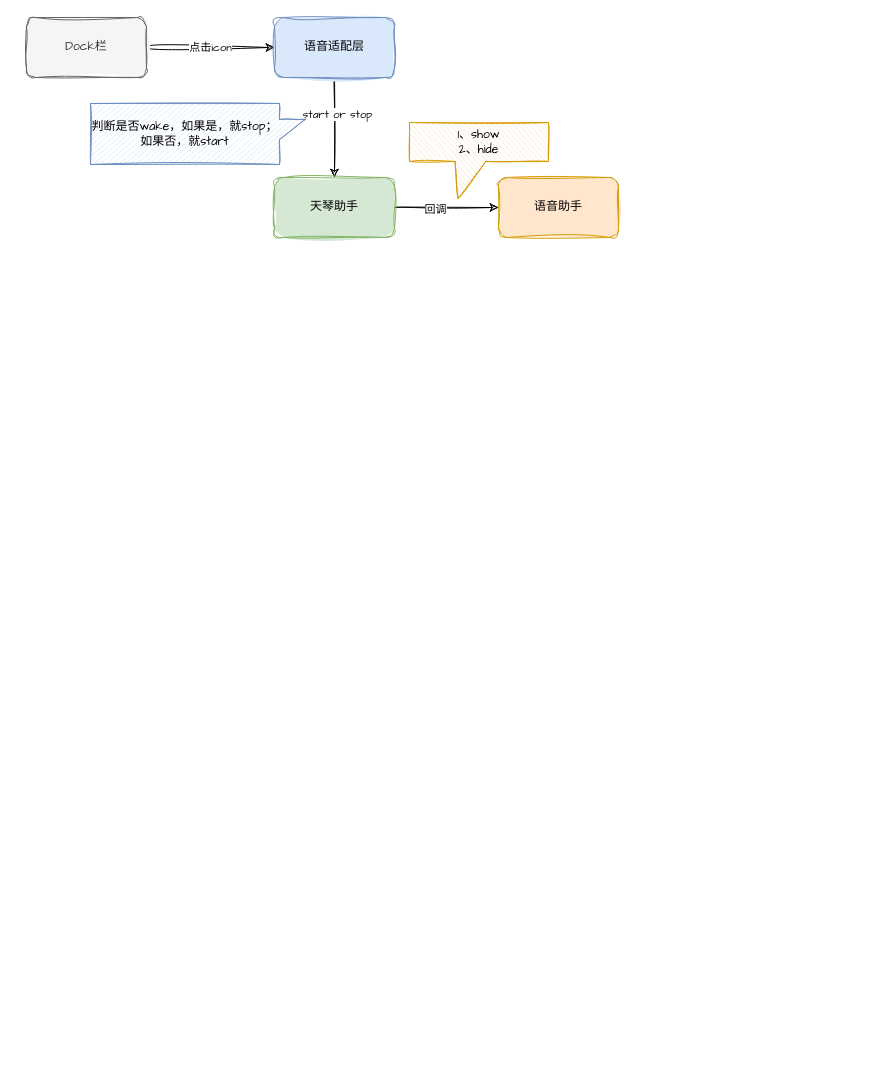
Earlier version of the draw.io diagram 点击Dock栏切换语音助手.drawio (TryLoveCatch/charts). Source tidied: cells renumbered, new cells numbered last; positions are measured from the earlier drawing's top-left corner, leaving out a move shared by most shapes. Both pictures are drawn from the tidied source at 100%, with x=0, y=0 at pixel (26, 17). Pictures stored in the file or linked from it are replaced by grey dashed boxes.
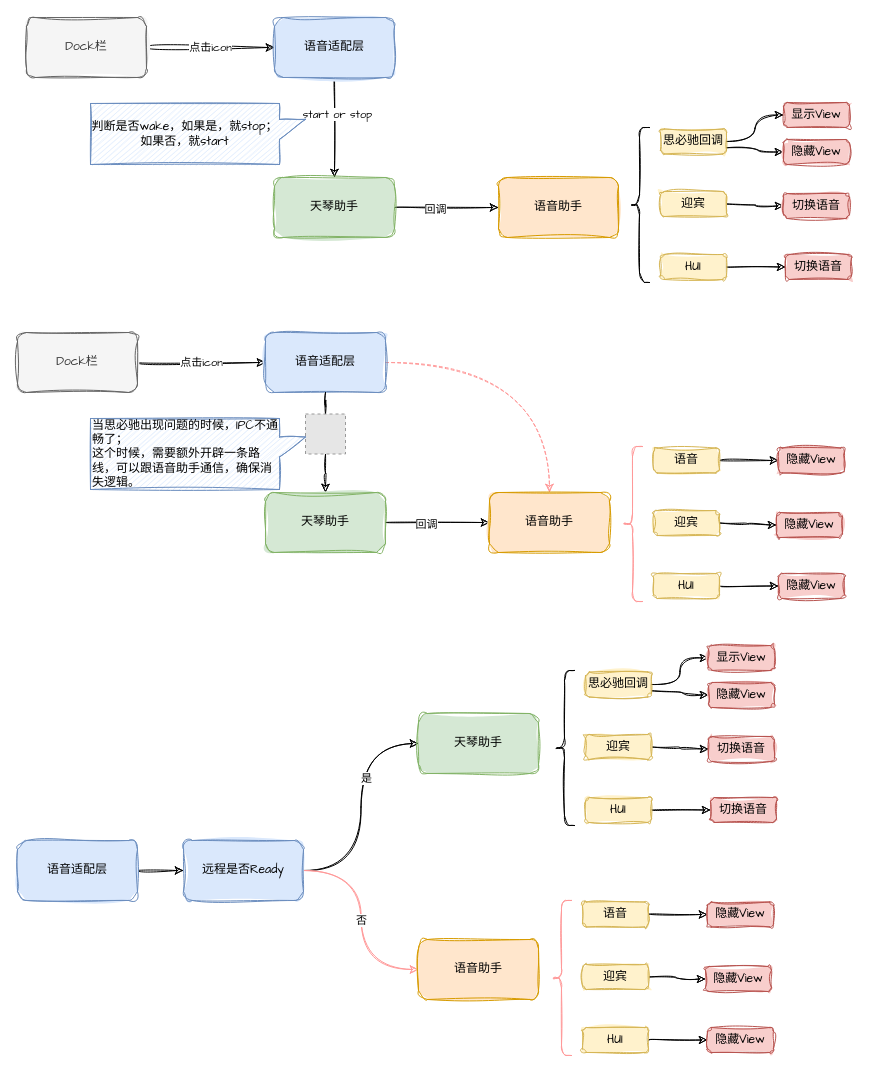
The same diagram, later.

Commit message (it also covers changes not shown here):
更新点击Dock栏切换语音助手.drawio

What changed in the source:
```diff
@@
-    <mxCell id="12" value="1、show&lt;br&gt;2、hide" style="shape=callout;whiteSpace=wrap;html=1;perimeter=calloutPerimeter;sketch=1;fillStyle=auto;fontFamily=Comic Sans MS;fillColor=#ffe6cc;strokeColor=#d79b00;direction=west;flipV=1;size=37;position=0.45;position2=0.65;base=31;" parent="1" vertex="1">
-      <mxGeometry x="383" y="105" width="139" height="76" as="geometry" />
-    </mxCell>
+    <mxCell id="13" style="shape=curlyBracket;whiteSpace=wrap;html=1;rounded=1;labelPosition=left;verticalLabelPosition=middle;align=right;verticalAlign=middle;sketch=1;fillStyle=auto;fontFamily=Comic Sans MS;" parent="1" vertex="1">
+      <mxGeometry x="603" y="110" width="20" height="155" as="geometry" />
+    </mxCell>
+    <mxCell id="14" style="edgeStyle=orthogonalEdgeStyle;curved=1;sketch=1;jettySize=auto;html=1;exitX=1;exitY=0.5;exitDx=0;exitDy=0;entryX=0;entryY=0.5;entryDx=0;entryDy=0;fontFamily=Comic Sans MS;" parent="1" edge="1" source="16" target="21">
+      <mxGeometry relative="1" as="geometry" />
+    </mxCell>
+    <mxCell id="15" style="edgeStyle=orthogonalEdgeStyle;curved=1;sketch=1;jettySize=auto;html=1;exitX=1;exitY=0.75;exitDx=0;exitDy=0;entryX=0;entryY=0.5;entryDx=0;entryDy=0;strokeColor=#000000;fontFamily=Comic Sans MS;" parent="1" edge="1" source="16" target="33">
+      <mxGeometry relative="1" as="geometry">
+        <Array as="points">
+          <mxPoint x="731" y="130" />
+          <mxPoint x="731" y="135" />
+        </Array>
+      </mxGeometry>
+    </mxCell>
+    <mxCell id="16" value="思必驰回调" style="rounded=1;whiteSpace=wrap;html=1;sketch=1;curveFitting=1;jiggle=2;fontFamily=Comic Sans MS;fillColor=#fff2cc;strokeColor=#d6b656;fillStyle=solid;" parent="1" vertex="1">
+      <mxGeometry x="634" y="111.5" width="66" height="25" as="geometry" />
+    </mxCell>
+    <mxCell id="17" style="edgeStyle=orthogonalEdgeStyle;curved=1;sketch=1;jettySize=auto;html=1;exitX=1;exitY=0.5;exitDx=0;exitDy=0;fontFamily=Comic Sans MS;" parent="1" edge="1" source="18" target="22">
+      <mxGeometry relative="1" as="geometry" />
+    </mxCell>
+    <mxCell id="18" value="迎宾" style="rounded=1;whiteSpace=wrap;html=1;sketch=1;curveFitting=1;jiggle=2;fontFamily=Comic Sans MS;fillColor=#fff2cc;strokeColor=#d6b656;fillStyle=solid;" parent="1" vertex="1">
+      <mxGeometry x="634" y="174" width="66" height="25" as="geometry" />
+    </mxCell>
+    <mxCell id="19" style="edgeStyle=orthogonalEdgeStyle;curved=1;sketch=1;jettySize=auto;html=1;exitX=1;exitY=0.5;exitDx=0;exitDy=0;entryX=0;entryY=0.5;entryDx=0;entryDy=0;fontFamily=Comic Sans MS;" parent="1" edge="1" source="20" target="23">
+      <mxGeometry relative="1" as="geometry" />
+    </mxCell>
+    <mxCell id="20" value="HUI" style="rounded=1;whiteSpace=wrap;html=1;sketch=1;curveFitting=1;jiggle=2;fontFamily=Comic Sans MS;fillColor=#fff2cc;strokeColor=#d6b656;fillStyle=solid;" parent="1" vertex="1">
+      <mxGeometry x="634" y="237" width="66" height="25" as="geometry" />
+    </mxCell>
+    <mxCell id="21" value="显示View" style="rounded=1;whiteSpace=wrap;html=1;sketch=1;curveFitting=1;jiggle=2;fontFamily=Comic Sans MS;fillColor=#f8cecc;strokeColor=#b85450;fillStyle=solid;" parent="1" vertex="1">
+      <mxGeometry x="757" y="85" width="66" height="25" as="geometry" />
+    </mxCell>
+    <mxCell id="22" value="切换语音" style="rounded=1;whiteSpace=wrap;html=1;sketch=1;curveFitting=1;jiggle=2;fontFamily=Comic Sans MS;fillColor=#f8cecc;strokeColor=#b85450;fillStyle=solid;" parent="1" vertex="1">
+      <mxGeometry x="757" y="176" width="66" height="25" as="geometry" />
+    </mxCell>
+    <mxCell id="23" value="切换语音" style="rounded=1;whiteSpace=wrap;html=1;sketch=1;curveFitting=1;jiggle=2;fontFamily=Comic Sans MS;fillColor=#f8cecc;strokeColor=#b85450;fillStyle=solid;" parent="1" vertex="1">
+      <mxGeometry x="759" y="237" width="66" height="25" as="geometry" />
+    </mxCell>
+    <mxCell id="24" value="点击icon" style="edgeStyle=orthogonalEdgeStyle;jettySize=auto;html=1;exitX=1;exitY=0.5;exitDx=0;exitDy=0;entryX=0;entryY=0.5;entryDx=0;entryDy=0;fontFamily=Comic Sans MS;sketch=1;curveFitting=1;jiggle=2;curved=1;" parent="1" edge="1" source="25" target="28">
+      <mxGeometry relative="1" as="geometry" />
+    </mxCell>
+    <mxCell id="25" value="Dock栏" style="rounded=1;whiteSpace=wrap;html=1;sketch=1;curveFitting=1;jiggle=2;fontFamily=Comic Sans MS;fillColor=#f5f5f5;fontColor=#333333;strokeColor=#666666;fillStyle=solid;" parent="1" vertex="1">
+      <mxGeometry x="-9" y="315" width="120" height="60" as="geometry" />
+    </mxCell>
+    <mxCell id="26" style="edgeStyle=orthogonalEdgeStyle;curved=1;sketch=1;jettySize=auto;html=1;exitX=0.5;exitY=1;exitDx=0;exitDy=0;fontFamily=Comic Sans MS;startArrow=none;" parent="1" edge="1" source="45" target="31">
+      <mxGeometry relative="1" as="geometry" />
+    </mxCell>
+    <mxCell id="27" style="edgeStyle=orthogonalEdgeStyle;curved=1;sketch=1;jettySize=auto;html=1;exitX=1;exitY=0.5;exitDx=0;exitDy=0;entryX=0.5;entryY=0;entryDx=0;entryDy=0;fontFamily=Comic Sans MS;dashed=1;fillColor=#f8cecc;strokeColor=#FF9999;" parent="1" edge="1" source="28" target="32">
+      <mxGeometry relative="1" as="geometry" />
+    </mxCell>
+    <mxCell id="28" value="语音适配层" style="rounded=1;whiteSpace=wrap;html=1;sketch=1;curveFitting=1;jiggle=2;fontFamily=Comic Sans MS;fillColor=#dae8fc;strokeColor=#6c8ebf;fillStyle=solid;" parent="1" vertex="1">
+      <mxGeometry x="239" y="315" width="120" height="60" as="geometry" />
+    </mxCell>
+    <mxCell id="29" style="edgeStyle=orthogonalEdgeStyle;curved=1;sketch=1;jettySize=auto;html=1;exitX=1;exitY=0.5;exitDx=0;exitDy=0;entryX=0;entryY=0.5;entryDx=0;entryDy=0;fontFamily=Comic Sans MS;" parent="1" edge="1" source="31" target="32">
+      <mxGeometry relative="1" as="geometry" />
+    </mxCell>
+    <mxCell id="30" value="回调" style="edgeLabel;html=1;align=center;verticalAlign=middle;fontFamily=Comic Sans MS;" parent="29" vertex="1">
+      <mxGeometry x="-0.23" y="-1" relative="1" as="geometry" />
+    </mxCell>
+    <mxCell id="31" value="天琴助手" style="rounded=1;whiteSpace=wrap;html=1;sketch=1;curveFitting=1;jiggle=2;fontFamily=Comic Sans MS;fillColor=#d5e8d4;strokeColor=#82b366;fillStyle=solid;" parent="1" vertex="1">
+      <mxGeometry x="239" y="475" width="120" height="60" as="geometry" />
+    </mxCell>
+    <mxCell id="32" value="语音助手" style="rounded=1;whiteSpace=wrap;html=1;sketch=1;curveFitting=1;jiggle=2;fontFamily=Comic Sans MS;fillColor=#ffe6cc;strokeColor=#d79b00;fillStyle=solid;" parent="1" vertex="1">
+      <mxGeometry x="463" y="475" width="120" height="60" as="geometry" />
+    </mxCell>
+    <mxCell id="33" value="隐藏View" style="rounded=1;whiteSpace=wrap;html=1;sketch=1;curveFitting=1;jiggle=2;fontFamily=Comic Sans MS;fillColor=#f8cecc;strokeColor=#b85450;fillStyle=solid;" parent="1" vertex="1">
+      <mxGeometry x="757" y="122" width="66" height="25" as="geometry" />
+    </mxCell>
+    <mxCell id="34" style="shape=curlyBracket;whiteSpace=wrap;html=1;rounded=1;labelPosition=left;verticalLabelPosition=middle;align=right;verticalAlign=middle;sketch=1;fillStyle=auto;fontFamily=Comic Sans MS;strokeColor=#FF9999;" parent="1" vertex="1">
+      <mxGeometry x="596" y="429" width="20" height="155" as="geometry" />
+    </mxCell>
+    <mxCell id="35" style="edgeStyle=orthogonalEdgeStyle;curved=1;sketch=1;jettySize=auto;html=1;exitX=1;exitY=0.5;exitDx=0;exitDy=0;entryX=0;entryY=0.5;entryDx=0;entryDy=0;strokeColor=#000000;fontFamily=Comic Sans MS;" parent="1" edge="1" source="36" target="43">
+      <mxGeometry relative="1" as="geometry" />
+    </mxCell>
+    <mxCell id="36" value="语音" style="rounded=1;whiteSpace=wrap;html=1;sketch=1;curveFitting=1;jiggle=2;fontFamily=Comic Sans MS;fillColor=#fff2cc;strokeColor=#d6b656;fillStyle=solid;" parent="1" vertex="1">
+      <mxGeometry x="627" y="430.5" width="66" height="25" as="geometry" />
+    </mxCell>
+    <mxCell id="37" style="edgeStyle=orthogonalEdgeStyle;curved=1;sketch=1;jettySize=auto;html=1;exitX=1;exitY=0.5;exitDx=0;exitDy=0;fontFamily=Comic Sans MS;" parent="1" edge="1" source="38" target="41">
+      <mxGeometry relative="1" as="geometry" />
+    </mxCell>
+    <mxCell id="38" value="迎宾" style="rounded=1;whiteSpace=wrap;html=1;sketch=1;curveFitting=1;jiggle=2;fontFamily=Comic Sans MS;fillColor=#fff2cc;strokeColor=#d6b656;fillStyle=solid;" parent="1" vertex="1">
+      <mxGeometry x="627" y="493" width="66" height="25" as="geometry" />
+    </mxCell>
+    <mxCell id="39" style="edgeStyle=orthogonalEdgeStyle;curved=1;sketch=1;jettySize=auto;html=1;exitX=1;exitY=0.5;exitDx=0;exitDy=0;entryX=0;entryY=0.5;entryDx=0;entryDy=0;fontFamily=Comic Sans MS;" parent="1" edge="1" source="40" target="42">
+      <mxGeometry relative="1" as="geometry" />
+    </mxCell>
+    <mxCell id="40" value="HUI" style="rounded=1;whiteSpace=wrap;html=1;sketch=1;curveFitting=1;jiggle=2;fontFamily=Comic Sans MS;fillColor=#fff2cc;strokeColor=#d6b656;fillStyle=solid;" parent="1" vertex="1">
+      <mxGeometry x="627" y="556" width="66" height="25" as="geometry" />
+    </mxCell>
+    <mxCell id="41" value="隐藏View" style="rounded=1;whiteSpace=wrap;html=1;sketch=1;curveFitting=1;jiggle=2;fontFamily=Comic Sans MS;fillColor=#f8cecc;strokeColor=#b85450;fillStyle=solid;" parent="1" vertex="1">
+      <mxGeometry x="750" y="495" width="66" height="25" as="geometry" />
+    </mxCell>
+    <mxCell id="42" value="隐藏View" style="rounded=1;whiteSpace=wrap;html=1;sketch=1;curveFitting=1;jiggle=2;fontFamily=Comic Sans MS;fillColor=#f8cecc;strokeColor=#b85450;fillStyle=solid;" parent="1" vertex="1">
+      <mxGeometry x="752" y="556" width="66" height="25" as="geometry" />
+    </mxCell>
+    <mxCell id="43" value="隐藏View" style="rounded=1;whiteSpace=wrap;html=1;sketch=1;curveFitting=1;jiggle=2;fontFamily=Comic Sans MS;fillColor=#f8cecc;strokeColor=#b85450;fillStyle=solid;" parent="1" vertex="1">
+      <mxGeometry x="752" y="430.5" width="66" height="25" as="geometry" />
+    </mxCell>
+    <mxCell id="44" style="edgeStyle=orthogonalEdgeStyle;curved=1;sketch=1;jettySize=auto;html=1;exitX=0.5;exitY=1;exitDx=0;exitDy=0;fontFamily=Comic Sans MS;endArrow=none;" parent="1" edge="1" source="28" target="45">
+      <mxGeometry relative="1" as="geometry" />
+    </mxCell>
+    <mxCell id="45" style="fillColor=#E6E6E6;strokeColor=#999999;dashed=1;html=1;verticalAlign=top;verticalLabelPosition=bottom;labelBackgroundColor=#ffffff;fontFamily=Comic Sans MS;" parent="1" vertex="1">
+      <mxGeometry x="279" y="396.5" width="40" height="40" as="geometry" />
+    </mxCell>
+    <mxCell id="46" value="当思必驰出现问题的时候，IPC不通畅了；&lt;br&gt;这个时候，需要额外开辟一条路线，可以跟语音助手通信，确保消失逻辑。" style="shape=callout;whiteSpace=wrap;html=1;perimeter=calloutPerimeter;sketch=1;fillStyle=auto;fontFamily=Comic Sans MS;fillColor=#dae8fc;strokeColor=#6c8ebf;direction=north;flipV=1;size=26;position=0.26;position2=0.26;align=left;" parent="1" vertex="1">
+      <mxGeometry x="64" y="401" width="215" height="71" as="geometry" />
+    </mxCell>
+    <mxCell id="47" style="edgeStyle=orthogonalEdgeStyle;curved=1;sketch=1;jettySize=auto;html=1;exitX=1;exitY=0.5;exitDx=0;exitDy=0;entryX=0;entryY=0.5;entryDx=0;entryDy=0;strokeColor=#000000;fontFamily=Comic Sans MS;" parent="1" edge="1" source="48" target="52">
+      <mxGeometry relative="1" as="geometry" />
+    </mxCell>
+    <mxCell id="48" value="语音适配层" style="rounded=1;whiteSpace=wrap;html=1;sketch=1;curveFitting=1;jiggle=2;fontFamily=Comic Sans MS;fillColor=#dae8fc;strokeColor=#6c8ebf;fillStyle=solid;" parent="1" vertex="1">
+      <mxGeometry x="-9" y="823" width="120" height="60" as="geometry" />
+    </mxCell>
+    <mxCell id="49" style="edgeStyle=orthogonalEdgeStyle;curved=1;sketch=1;jettySize=auto;html=1;exitX=1;exitY=0.5;exitDx=0;exitDy=0;entryX=0;entryY=0.5;entryDx=0;entryDy=0;strokeColor=#000000;fontFamily=Comic Sans MS;" parent="1" edge="1" source="52" target="53">
+      <mxGeometry relative="1" as="geometry" />
+    </mxCell>
+    <mxCell id="50" value="是" style="edgeLabel;html=1;align=center;verticalAlign=middle;fontFamily=Comic Sans MS;" parent="49" vertex="1">
+      <mxGeometry x="0.25" y="-5" relative="1" as="geometry">
+        <mxPoint y="1" as="offset" />
+      </mxGeometry>
+    </mxCell>
+    <mxCell id="51" value="否" style="edgeStyle=orthogonalEdgeStyle;curved=1;sketch=1;jettySize=auto;html=1;exitX=1;exitY=0.5;exitDx=0;exitDy=0;entryX=0;entryY=0.5;entryDx=0;entryDy=0;strokeColor=#FF9999;fontFamily=Comic Sans MS;" parent="1" edge="1" source="52" target="54">
+      <mxGeometry relative="1" as="geometry" />
+    </mxCell>
+    <mxCell id="52" value="远程是否Ready" style="rounded=1;whiteSpace=wrap;html=1;sketch=1;curveFitting=1;jiggle=2;fontFamily=Comic Sans MS;fillColor=#dae8fc;strokeColor=#6c8ebf;fillStyle=solid;" parent="1" vertex="1">
+      <mxGeometry x="157" y="823" width="120" height="60" as="geometry" />
+    </mxCell>
+    <mxCell id="53" value="天琴助手" style="rounded=1;whiteSpace=wrap;html=1;sketch=1;curveFitting=1;jiggle=2;fontFamily=Comic Sans MS;fillColor=#d5e8d4;strokeColor=#82b366;fillStyle=solid;" parent="1" vertex="1">
+      <mxGeometry x="392" y="696" width="120" height="60" as="geometry" />
+    </mxCell>
+    <mxCell id="54" value="语音助手" style="rounded=1;whiteSpace=wrap;html=1;sketch=1;curveFitting=1;jiggle=2;fontFamily=Comic Sans MS;fillColor=#ffe6cc;strokeColor=#d79b00;fillStyle=solid;" parent="1" vertex="1">
+      <mxGeometry x="392" y="922" width="120" height="60" as="geometry" />
+    </mxCell>
+    <mxCell id="55" style="shape=curlyBracket;whiteSpace=wrap;html=1;rounded=1;labelPosition=left;verticalLabelPosition=middle;align=right;verticalAlign=middle;sketch=1;fillStyle=auto;fontFamily=Comic Sans MS;strokeColor=#FF9999;" parent="1" vertex="1">
+      <mxGeometry x="525" y="883" width="20" height="155" as="geometry" />
+    </mxCell>
+    <mxCell id="56" style="edgeStyle=orthogonalEdgeStyle;curved=1;sketch=1;jettySize=auto;html=1;exitX=1;exitY=0.5;exitDx=0;exitDy=0;entryX=0;entryY=0.5;entryDx=0;entryDy=0;strokeColor=#000000;fontFamily=Comic Sans MS;" parent="1" edge="1" source="57" target="64">
+      <mxGeometry relative="1" as="geometry" />
+    </mxCell>
+    <mxCell id="57" value="语音" style="rounded=1;whiteSpace=wrap;html=1;sketch=1;curveFitting=1;jiggle=2;fontFamily=Comic Sans MS;fillColor=#fff2cc;strokeColor=#d6b656;fillStyle=solid;" parent="1" vertex="1">
+      <mxGeometry x="556" y="884.5" width="66" height="25" as="geometry" />
+    </mxCell>
+    <mxCell id="58" style="edgeStyle=orthogonalEdgeStyle;curved=1;sketch=1;jettySize=auto;html=1;exitX=1;exitY=0.5;exitDx=0;exitDy=0;fontFamily=Comic Sans MS;" parent="1" edge="1" source="59" target="62">
+      <mxGeometry relative="1" as="geometry" />
+    </mxCell>
+    <mxCell id="59" value="迎宾" style="rounded=1;whiteSpace=wrap;html=1;sketch=1;curveFitting=1;jiggle=2;fontFamily=Comic Sans MS;fillColor=#fff2cc;strokeColor=#d6b656;fillStyle=solid;" parent="1" vertex="1">
+      <mxGeometry x="556" y="947" width="66" height="25" as="geometry" />
+    </mxCell>
+    <mxCell id="60" style="edgeStyle=orthogonalEdgeStyle;curved=1;sketch=1;jettySize=auto;html=1;exitX=1;exitY=0.5;exitDx=0;exitDy=0;entryX=0;entryY=0.5;entryDx=0;entryDy=0;fontFamily=Comic Sans MS;" parent="1" edge="1" source="61" target="63">
+      <mxGeometry relative="1" as="geometry" />
+    </mxCell>
+    <mxCell id="61" value="HUI" style="rounded=1;whiteSpace=wrap;html=1;sketch=1;curveFitting=1;jiggle=2;fontFamily=Comic Sans MS;fillColor=#fff2cc;strokeColor=#d6b656;fillStyle=solid;" parent="1" vertex="1">
+      <mxGeometry x="556" y="1010" width="66" height="25" as="geometry" />
+    </mxCell>
+    <mxCell id="62" value="隐藏View" style="rounded=1;whiteSpace=wrap;html=1;sketch=1;curveFitting=1;jiggle=2;fontFamily=Comic Sans MS;fillColor=#f8cecc;strokeColor=#b85450;fillStyle=solid;" parent="1" vertex="1">
+      <mxGeometry x="679" y="949" width="66" height="25" as="geometry" />
+    </mxCell>
+    <mxCell id="63" value="隐藏View" style="rounded=1;whiteSpace=wrap;html=1;sketch=1;curveFitting=1;jiggle=2;fontFamily=Comic Sans MS;fillColor=#f8cecc;strokeColor=#b85450;fillStyle=solid;" parent="1" vertex="1">
+      <mxGeometry x="681" y="1010" width="66" height="25" as="geometry" />
+    </mxCell>
+    <mxCell id="64" value="隐藏View" style="rounded=1;whiteSpace=wrap;html=1;sketch=1;curveFitting=1;jiggle=2;fontFamily=Comic Sans MS;fillColor=#f8cecc;strokeColor=#b85450;fillStyle=solid;" parent="1" vertex="1">
+      <mxGeometry x="681" y="884.5" width="66" height="25" as="geometry" />
+    </mxCell>
+    <mxCell id="65" style="shape=curlyBracket;whiteSpace=wrap;html=1;rounded=1;labelPosition=left;verticalLabelPosition=middle;align=right;verticalAlign=middle;sketch=1;fillStyle=auto;fontFamily=Comic Sans MS;" parent="1" vertex="1">
+      <mxGeometry x="528" y="653" width="20" height="155" as="geometry" />
+    </mxCell>
+    <mxCell id="66" style="edgeStyle=orthogonalEdgeStyle;curved=1;sketch=1;jettySize=auto;html=1;exitX=1;exitY=0.5;exitDx=0;exitDy=0;entryX=0;entryY=0.5;entryDx=0;entryDy=0;fontFamily=Comic Sans MS;" parent="1" edge="1" source="68" target="73">
+      <mxGeometry relative="1" as="geometry" />
+    </mxCell>
+    <mxCell id="67" style="edgeStyle=orthogonalEdgeStyle;curved=1;sketch=1;jettySize=auto;html=1;exitX=1;exitY=0.75;exitDx=0;exitDy=0;entryX=0;entryY=0.5;entryDx=0;entryDy=0;strokeColor=#000000;fontFamily=Comic Sans MS;" parent="1" edge="1" source="68" target="76">
+      <mxGeometry relative="1" as="geometry">
+        <Array as="points">
+          <mxPoint x="656" y="673" />
+          <mxPoint x="656" y="678" />
+        </Array>
+      </mxGeometry>
+    </mxCell>
+    <mxCell id="68" value="思必驰回调" style="rounded=1;whiteSpace=wrap;html=1;sketch=1;curveFitting=1;jiggle=2;fontFamily=Comic Sans MS;fillColor=#fff2cc;strokeColor=#d6b656;fillStyle=solid;" parent="1" vertex="1">
+      <mxGeometry x="559" y="654.5" width="66" height="25" as="geometry" />
+    </mxCell>
+    <mxCell id="69" style="edgeStyle=orthogonalEdgeStyle;curved=1;sketch=1;jettySize=auto;html=1;exitX=1;exitY=0.5;exitDx=0;exitDy=0;fontFamily=Comic Sans MS;" parent="1" edge="1" source="70" target="74">
+      <mxGeometry relative="1" as="geometry" />
+    </mxCell>
+    <mxCell id="70" value="迎宾" style="rounded=1;whiteSpace=wrap;html=1;sketch=1;curveFitting=1;jiggle=2;fontFamily=Comic Sans MS;fillColor=#fff2cc;strokeColor=#d6b656;fillStyle=solid;" parent="1" vertex="1">
+      <mxGeometry x="559" y="717" width="66" height="25" as="geometry" />
+    </mxCell>
+    <mxCell id="71" style="edgeStyle=orthogonalEdgeStyle;curved=1;sketch=1;jettySize=auto;html=1;exitX=1;exitY=0.5;exitDx=0;exitDy=0;entryX=0;entryY=0.5;entryDx=0;entryDy=0;fontFamily=Comic Sans MS;" parent="1" edge="1" source="72" target="75">
+      <mxGeometry relative="1" as="geometry" />
+    </mxCell>
+    <mxCell id="72" value="HUI" style="rounded=1;whiteSpace=wrap;html=1;sketch=1;curveFitting=1;jiggle=2;fontFamily=Comic Sans MS;fillColor=#fff2cc;strokeColor=#d6b656;fillStyle=solid;" parent="1" vertex="1">
+      <mxGeometry x="559" y="780" width="66" height="25" as="geometry" />
+    </mxCell>
+    <mxCell id="73" value="显示View" style="rounded=1;whiteSpace=wrap;html=1;sketch=1;curveFitting=1;jiggle=2;fontFamily=Comic Sans MS;fillColor=#f8cecc;strokeColor=#b85450;fillStyle=solid;" parent="1" vertex="1">
+      <mxGeometry x="682" y="628" width="66" height="25" as="geometry" />
+    </mxCell>
+    <mxCell id="74" value="切换语音" style="rounded=1;whiteSpace=wrap;html=1;sketch=1;curveFitting=1;jiggle=2;fontFamily=Comic Sans MS;fillColor=#f8cecc;strokeColor=#b85450;fillStyle=solid;" parent="1" vertex="1">
+      <mxGeometry x="682" y="719" width="66" height="25" as="geometry" />
+    </mxCell>
+    <mxCell id="75" value="切换语音" style="rounded=1;whiteSpace=wrap;html=1;sketch=1;curveFitting=1;jiggle=2;fontFamily=Comic Sans MS;fillColor=#f8cecc;strokeColor=#b85450;fillStyle=solid;" parent="1" vertex="1">
+      <mxGeometry x="684" y="780" width="66" height="25" as="geometry" />
+    </mxCell>
+    <mxCell id="76" value="隐藏View" style="rounded=1;whiteSpace=wrap;html=1;sketch=1;curveFitting=1;jiggle=2;fontFamily=Comic Sans MS;fillColor=#f8cecc;strokeColor=#b85450;fillStyle=solid;" parent="1" vertex="1">
+      <mxGeometry x="682" y="665" width="66" height="25" as="geometry" />
+    </mxCell>
```
